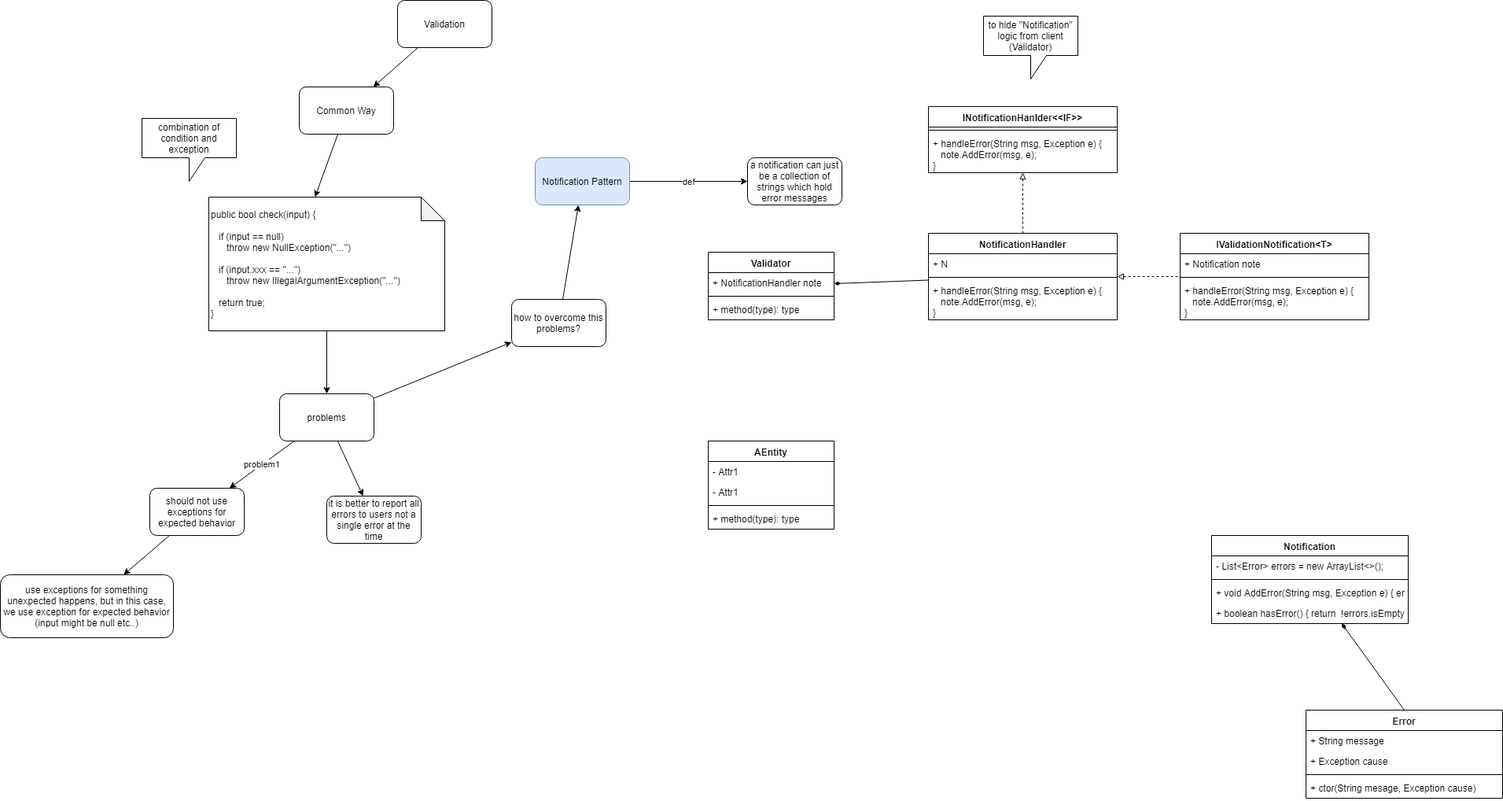
Above: DDD_Validation_Overview.PNG in stsiwo/ddd_concept (draw.io), before the change. Source tidied: cells renumbered, new cells last; positions are measured from the earlier drawing's top-left corner, leaving out a move shared by most shapes.
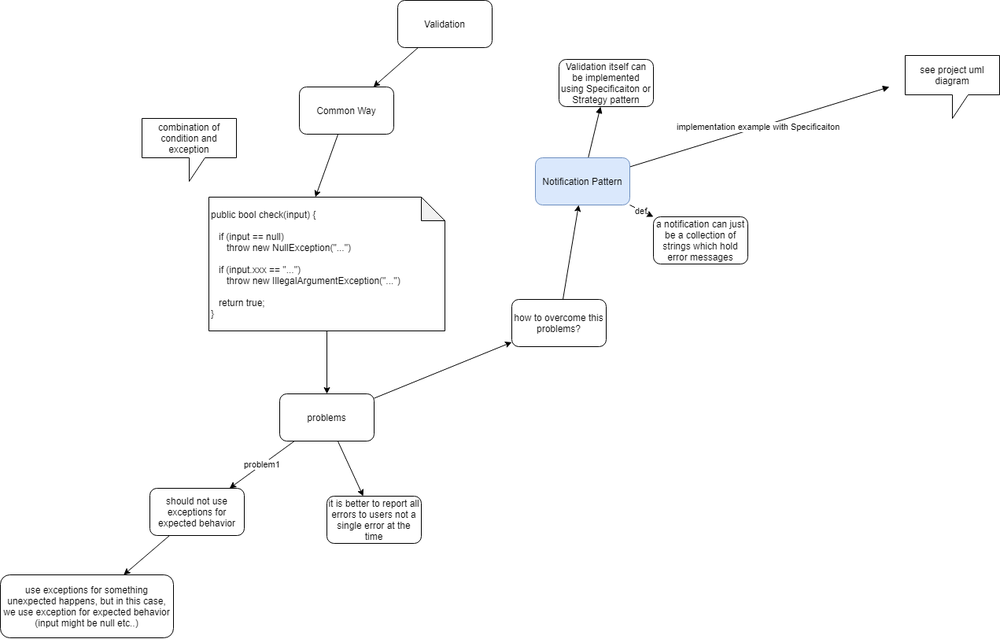
After the change.

What changed in the source:
```diff
@@ -44,11 +44,22 @@
     <mxCell id="15" value="def" style="edgeStyle=none;rounded=0;jettySize=auto;html=1;" parent="1" edge="1" source="16" target="17">
       <mxGeometry relative="1" as="geometry" />
     </mxCell>
+    <mxCell id="57" style="edgeStyle=none;rounded=0;jettySize=auto;html=1;startArrow=none;startFill=0;endArrow=block;endFill=1;" parent="1" edge="1" source="16" target="59">
+      <mxGeometry relative="1" as="geometry" />
+    </mxCell>
+    <mxCell id="58" value="implementation example with Specificaiton&amp;nbsp;" style="edgeStyle=none;rounded=0;jettySize=auto;html=1;startArrow=none;startFill=0;endArrow=block;endFill=1;" parent="1" edge="1" source="16">
+      <mxGeometry relative="1" as="geometry">
+        <mxPoint x="1130" y="110" as="targetPoint" />
+      </mxGeometry>
+    </mxCell>
     <mxCell id="16" value="Notification Pattern" style="rounded=1;whiteSpace=wrap;html=1;fillColor=#dae8fc;strokeColor=#6c8ebf;" parent="1" vertex="1">
       <mxGeometry x="680" y="200" width="120" height="60" as="geometry" />
     </mxCell>
+    <mxCell id="59" value="Validation itself can be implemented using Specificaiton or Strategy pattern" style="rounded=1;whiteSpace=wrap;html=1;" parent="1" vertex="1">
+      <mxGeometry x="710" y="75" width="120" height="60" as="geometry" />
+    </mxCell>
     <mxCell id="17" value="a notification can just be a collection of strings which hold error messages" style="rounded=1;whiteSpace=wrap;html=1;" parent="1" vertex="1">
-      <mxGeometry x="950" y="200" width="120" height="60" as="geometry" />
+      <mxGeometry x="830" y="275" width="120" height="60" as="geometry" />
     </mxCell>
     <mxCell id="18" value="it is better to report all errors to users not a single error at the time" style="rounded=1;whiteSpace=wrap;html=1;" parent="1" vertex="1">
       <mxGeometry x="415" y="630" width="120" height="60" as="geometry" />
@@ -62,110 +73,8 @@
     <mxCell id="21" value="use exceptions for something unexpected happens, but in this case, we use exception for expected behavior (input might be null etc..)" style="rounded=1;whiteSpace=wrap;html=1;" parent="1" vertex="1">
       <mxGeometry y="730" width="220" height="80" as="geometry" />
     </mxCell>
-    <mxCell id="22" style="edgeStyle=none;rounded=0;jettySize=auto;html=1;startArrow=diamondThin;startFill=1;endArrow=none;endFill=0;" parent="1" edge="1" source="23" target="28">
-      <mxGeometry relative="1" as="geometry" />
-    </mxCell>
-    <mxCell id="23" value="Validator" style="swimlane;fontStyle=1;align=center;verticalAlign=top;horizontal=1;startSize=26;" parent="1" vertex="1">
-      <mxGeometry x="900" y="320" width="160" height="86" as="geometry" />
-    </mxCell>
-    <mxCell id="24" value="+ NotificationHandler note" style="text;strokeColor=none;fillColor=none;align=left;verticalAlign=top;spacingLeft=4;spacingRight=4;overflow=hidden;" parent="23" vertex="1">
-      <mxGeometry y="26" width="160" height="26" as="geometry" />
-    </mxCell>
-    <mxCell id="25" style="line;strokeWidth=1;fillColor=none;align=left;verticalAlign=middle;spacingTop=-1;spacingLeft=3;spacingRight=3;labelPosition=right;" parent="23" vertex="1">
-      <mxGeometry y="52" width="160" height="8" as="geometry" />
-    </mxCell>
-    <mxCell id="26" value="+ method(type): type" style="text;strokeColor=none;fillColor=none;align=left;verticalAlign=top;spacingLeft=4;spacingRight=4;overflow=hidden;" parent="23" vertex="1">
-      <mxGeometry y="60" width="160" height="26" as="geometry" />
-    </mxCell>
-    <mxCell id="27" style="edgeStyle=none;rounded=0;jettySize=auto;html=1;dashed=1;startArrow=block;startFill=0;endArrow=none;endFill=0;" parent="1" edge="1" source="28" target="32">
-      <mxGeometry relative="1" as="geometry" />
-    </mxCell>
-    <mxCell id="28" value="NotificationHandler" style="swimlane;fontStyle=1;align=center;verticalAlign=top;horizontal=1;startSize=26;" parent="1" vertex="1">
-      <mxGeometry x="1180" y="296" width="240" height="110" as="geometry" />
-    </mxCell>
-    <mxCell id="29" value="+ N" style="text;strokeColor=none;fillColor=none;align=left;verticalAlign=top;spacingLeft=4;spacingRight=4;overflow=hidden;" parent="28" vertex="1">
-      <mxGeometry y="26" width="240" height="26" as="geometry" />
-    </mxCell>
-    <mxCell id="30" style="line;strokeWidth=1;fillColor=none;align=left;verticalAlign=middle;spacingTop=-1;spacingLeft=3;spacingRight=3;labelPosition=right;" parent="28" vertex="1">
-      <mxGeometry y="52" width="240" height="8" as="geometry" />
-    </mxCell>
-    <mxCell id="31" value="+ handleError(String msg, Exception e) {&#10;   note.AddError(msg, e);&#10;}" style="text;strokeColor=none;fillColor=none;align=left;verticalAlign=top;spacingLeft=4;spacingRight=4;overflow=hidden;" parent="28" vertex="1">
-      <mxGeometry y="60" width="240" height="50" as="geometry" />
-    </mxCell>
-    <mxCell id="32" value="IValidationNotification&lt;T&gt;" style="swimlane;fontStyle=1;align=center;verticalAlign=top;horizontal=1;startSize=26;" parent="1" vertex="1">
-      <mxGeometry x="1500" y="296" width="240" height="110" as="geometry" />
-    </mxCell>
-    <mxCell id="33" value="+ Notification note" style="text;strokeColor=none;fillColor=none;align=left;verticalAlign=top;spacingLeft=4;spacingRight=4;overflow=hidden;" parent="32" vertex="1">
-      <mxGeometry y="26" width="240" height="26" as="geometry" />
-    </mxCell>
-    <mxCell id="34" style="line;strokeWidth=1;fillColor=none;align=left;verticalAlign=middle;spacingTop=-1;spacingLeft=3;spacingRight=3;labelPosition=right;" parent="32" vertex="1">
-      <mxGeometry y="52" width="240" height="8" as="geometry" />
-    </mxCell>
-    <mxCell id="35" value="+ handleError(String msg, Exception e) {&#10;   note.AddError(msg, e);&#10;}" style="text;strokeColor=none;fillColor=none;align=left;verticalAlign=top;spacingLeft=4;spacingRight=4;overflow=hidden;" parent="32" vertex="1">
-      <mxGeometry y="60" width="240" height="50" as="geometry" />
-    </mxCell>
-    <mxCell id="36" style="edgeStyle=none;rounded=0;jettySize=auto;html=1;entryX=0.5;entryY=0;entryDx=0;entryDy=0;startArrow=diamondThin;startFill=1;endArrow=none;endFill=0;" parent="1" edge="1" source="37" target="42">
-      <mxGeometry relative="1" as="geometry" />
-    </mxCell>
-    <mxCell id="37" value="Notification" style="swimlane;fontStyle=1;align=center;verticalAlign=top;horizontal=1;startSize=26;" parent="1" vertex="1">
-      <mxGeometry x="1540" y="680" width="250" height="112" as="geometry" />
-    </mxCell>
-    <mxCell id="38" value="- List&lt;Error&gt; errors = new ArrayList&lt;&gt;();" style="text;strokeColor=none;fillColor=none;align=left;verticalAlign=top;spacingLeft=4;spacingRight=4;overflow=hidden;" parent="37" vertex="1">
-      <mxGeometry y="26" width="250" height="26" as="geometry" />
-    </mxCell>
-    <mxCell id="39" style="line;strokeWidth=1;fillColor=none;align=left;verticalAlign=middle;spacingTop=-1;spacingLeft=3;spacingRight=3;labelPosition=right;" parent="37" vertex="1">
-      <mxGeometry y="52" width="250" height="8" as="geometry" />
-    </mxCell>
-    <mxCell id="40" value="+ void AddError(String msg, Exception e) { errors.add(new Error(msg, e)) }" style="text;strokeColor=none;fillColor=none;align=left;verticalAlign=top;spacingLeft=4;spacingRight=4;overflow=hidden;" parent="37" vertex="1">
-      <mxGeometry y="60" width="250" height="26" as="geometry" />
-    </mxCell>
-    <mxCell id="41" value="+ boolean hasError() { return  !errors.isEmpty() }" style="text;strokeColor=none;fillColor=none;align=left;verticalAlign=top;spacingLeft=4;spacingRight=4;overflow=hidden;" parent="37" vertex="1">
-      <mxGeometry y="86" width="250" height="26" as="geometry" />
-    </mxCell>
-    <mxCell id="42" value="Error" style="swimlane;fontStyle=1;align=center;verticalAlign=top;horizontal=1;startSize=26;" parent="1" vertex="1">
-      <mxGeometry x="1660" y="902" width="250" height="112" as="geometry" />
-    </mxCell>
-    <mxCell id="43" value="+ String message" style="text;strokeColor=none;fillColor=none;align=left;verticalAlign=top;spacingLeft=4;spacingRight=4;overflow=hidden;" parent="42" vertex="1">
-      <mxGeometry y="26" width="250" height="26" as="geometry" />
-    </mxCell>
-    <mxCell id="44" value="+ Exception cause" style="text;strokeColor=none;fillColor=none;align=left;verticalAlign=top;spacingLeft=4;spacingRight=4;overflow=hidden;" parent="42" vertex="1">
-      <mxGeometry y="52" width="250" height="26" as="geometry" />
-    </mxCell>
-    <mxCell id="45" style="line;strokeWidth=1;fillColor=none;align=left;verticalAlign=middle;spacingTop=-1;spacingLeft=3;spacingRight=3;labelPosition=right;" parent="42" vertex="1">
-      <mxGeometry y="78" width="250" height="8" as="geometry" />
-    </mxCell>
-    <mxCell id="46" value="+ ctor(String mesage, Exception cause) " style="text;strokeColor=none;fillColor=none;align=left;verticalAlign=top;spacingLeft=4;spacingRight=4;overflow=hidden;" parent="42" vertex="1">
-      <mxGeometry y="86" width="250" height="26" as="geometry" />
-    </mxCell>
-    <mxCell id="47" style="edgeStyle=none;rounded=0;jettySize=auto;html=1;startArrow=block;startFill=0;endArrow=none;endFill=0;dashed=1;" parent="1" edge="1" source="48" target="28">
-      <mxGeometry relative="1" as="geometry" />
-    </mxCell>
-    <mxCell id="48" value="INotificationHanlder&lt;&lt;IF&gt;&gt;" style="swimlane;fontStyle=1;align=center;verticalAlign=top;horizontal=1;startSize=26;" parent="1" vertex="1">
-      <mxGeometry x="1180" y="135" width="240" height="84" as="geometry" />
-    </mxCell>
-    <mxCell id="49" style="line;strokeWidth=1;fillColor=none;align=left;verticalAlign=middle;spacingTop=-1;spacingLeft=3;spacingRight=3;labelPosition=right;" parent="48" vertex="1">
-      <mxGeometry y="26" width="240" height="8" as="geometry" />
-    </mxCell>
-    <mxCell id="50" value="+ handleError(String msg, Exception e) {&#10;   note.AddError(msg, e);&#10;}" style="text;strokeColor=none;fillColor=none;align=left;verticalAlign=top;spacingLeft=4;spacingRight=4;overflow=hidden;" parent="48" vertex="1">
-      <mxGeometry y="34" width="240" height="50" as="geometry" />
-    </mxCell>
-    <mxCell id="51" value="to hide &quot;Notification&quot; logic from client (Validator)" style="shape=callout;whiteSpace=wrap;html=1;perimeter=calloutPerimeter;" parent="1" vertex="1">
-      <mxGeometry x="1250" y="20" width="120" height="80" as="geometry" />
-    </mxCell>
-    <mxCell id="52" value="AEntity" style="swimlane;fontStyle=1;align=center;verticalAlign=top;horizontal=1;startSize=26;" parent="1" vertex="1">
-      <mxGeometry x="900" y="560" width="160" height="112" as="geometry" />
-    </mxCell>
-    <mxCell id="53" value="- Attr1" style="text;strokeColor=none;fillColor=none;align=left;verticalAlign=top;spacingLeft=4;spacingRight=4;overflow=hidden;" parent="52" vertex="1">
-      <mxGeometry y="26" width="160" height="26" as="geometry" />
-    </mxCell>
-    <mxCell id="54" value="- Attr1" style="text;strokeColor=none;fillColor=none;align=left;verticalAlign=top;spacingLeft=4;spacingRight=4;overflow=hidden;" parent="52" vertex="1">
-      <mxGeometry y="52" width="160" height="26" as="geometry" />
-    </mxCell>
-    <mxCell id="55" style="line;strokeWidth=1;fillColor=none;align=left;verticalAlign=middle;spacingTop=-1;spacingLeft=3;spacingRight=3;labelPosition=right;" parent="52" vertex="1">
-      <mxGeometry y="78" width="160" height="8" as="geometry" />
-    </mxCell>
-    <mxCell id="56" value="+ method(type): type" style="text;strokeColor=none;fillColor=none;align=left;verticalAlign=top;spacingLeft=4;spacingRight=4;overflow=hidden;" parent="52" vertex="1">
-      <mxGeometry y="86" width="160" height="26" as="geometry" />
-    </mxCell>
+    <mxCell id="60" value="see project uml diagram" style="shape=callout;whiteSpace=wrap;html=1;perimeter=calloutPerimeter;" parent="1" vertex="1">
+      <mxGeometry x="1150" y="70" width="120" height="80" as="geometry" />
+    </mxCell>
   </root>
 </mxGraphModel>
```
